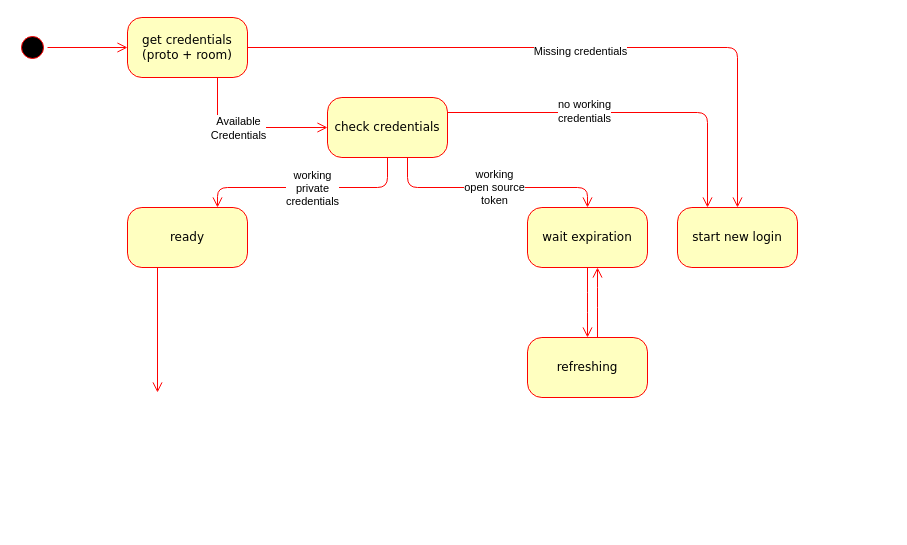
The draw.io diagram extra_assets/fsm_authentication.drawio in LivingWithHippos/unchained-android, before the edit. Source tidied: cells renumbered, new cells numbered last; positions are measured from the earlier drawing's top-left corner, leaving out a move shared by most shapes. Both pictures are drawn from the tidied source at 100%, with x=0, y=0 at pixel (17, 17).
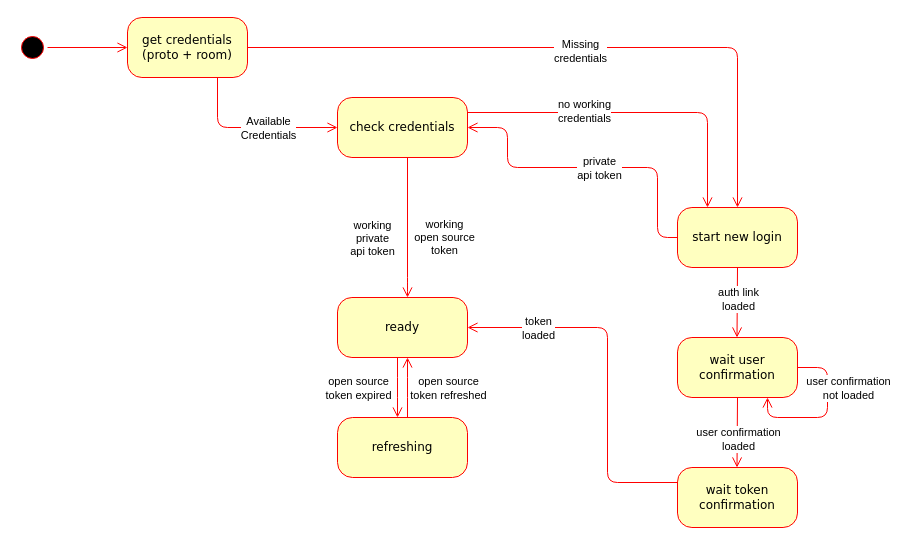
The same diagram, later.

Unchanged cells that the change refers to:
```xml
<mxCell id="7" style="edgeStyle=orthogonalEdgeStyle;html=1;exitX=1;exitY=0.5;labelBackgroundColor=none;endArrow=open;endSize=8;strokeColor=#ff0000;fontFamily=Verdana;fontSize=12;align=left;exitDx=0;exitDy=0;entryX=0.5;entryY=0;entryDx=0;entryDy=0;" parent="1" edge="1" source="4" target="9">
  <mxGeometry relative="1" as="geometry">
    <Array as="points">
      <mxPoint x="720" y="30" />
    </Array>
  </mxGeometry>
</mxCell>
<mxCell id="9" value="start new login" style="rounded=1;whiteSpace=wrap;html=1;arcSize=24;fillColor=#ffffc0;strokeColor=#ff0000;shadow=0;comic=0;labelBackgroundColor=none;fontFamily=Verdana;fontSize=12;fontColor=#000000;align=center;" parent="1" vertex="1">
  <mxGeometry x="660" y="190" width="120" height="60" as="geometry" />
</mxCell>
```

The edit, as a diff of the source:
```diff
@@
     <mxCell id="3" value="ready" style="rounded=1;whiteSpace=wrap;html=1;arcSize=24;fillColor=#ffffc0;strokeColor=#ff0000;shadow=0;comic=0;labelBackgroundColor=none;fontFamily=Verdana;fontSize=12;fontColor=#000000;align=center;" parent="1" vertex="1">
-      <mxGeometry x="110" y="190" width="120" height="60" as="geometry" />
+      <mxGeometry x="320" y="280" width="130" height="60" as="geometry" />
     </mxCell>
@@
     <mxCell id="6" value="check credentials" style="rounded=1;whiteSpace=wrap;html=1;arcSize=24;fillColor=#ffffc0;strokeColor=#ff0000;shadow=0;comic=0;labelBackgroundColor=none;fontFamily=Verdana;fontSize=12;fontColor=#000000;align=center;" parent="1" vertex="1">
-      <mxGeometry x="310" y="80" width="120" height="60" as="geometry" />
+      <mxGeometry x="320" y="80" width="130" height="60" as="geometry" />
     </mxCell>
@@
-    <mxCell id="8" value="Missing credentials" style="edgeLabel;html=1;align=center;verticalAlign=middle;" parent="7" vertex="1">
+    <mxCell id="8" value="Missing&lt;br&gt; credentials" style="edgeLabel;html=1;align=center;verticalAlign=middle;" parent="7" vertex="1">
       <mxGeometry x="0.02" y="-3" relative="1" as="geometry" />
     </mxCell>
@@
-    <mxCell id="12" style="edgeStyle=orthogonalEdgeStyle;html=1;entryX=0.75;entryY=0;labelBackgroundColor=none;endArrow=open;endSize=8;strokeColor=#ff0000;fontFamily=Verdana;fontSize=12;align=left;exitX=0.5;exitY=1;" parent="1" edge="1" source="6" target="3">
-      <mxGeometry relative="1" as="geometry">
-        <Array as="points">
-          <mxPoint x="370" y="170" />
-          <mxPoint x="200" y="170" />
-        </Array>
-      </mxGeometry>
-    </mxCell>
-    <mxCell id="13" style="edgeStyle=elbowEdgeStyle;html=1;labelBackgroundColor=none;endArrow=open;endSize=8;strokeColor=#ff0000;fontFamily=Verdana;fontSize=12;align=left;exitX=0.25;exitY=1;" parent="1" edge="1" source="3">
-      <mxGeometry relative="1" as="geometry">
-        <mxPoint x="140" y="375" as="targetPoint" />
-      </mxGeometry>
-    </mxCell>
     <mxCell id="14" value="Available&lt;br&gt;Credentials" style="edgeLabel;html=1;align=center;verticalAlign=middle;" parent="1" vertex="1">
-      <mxGeometry x="220" y="110" as="geometry" />
+      <mxGeometry x="250" y="110" as="geometry" />
     </mxCell>
@@
-    <mxCell id="16" value="working&lt;br&gt;private&lt;br&gt;credentials" style="edgeLabel;html=1;align=center;verticalAlign=middle;" parent="1" vertex="1">
-      <mxGeometry x="310" y="170" as="geometry">
+    <mxCell id="16" value="working&lt;br&gt;private&lt;br&gt;api token" style="edgeLabel;html=1;align=center;verticalAlign=middle;" parent="1" vertex="1">
+      <mxGeometry x="370" y="220" as="geometry">
         <mxPoint x="-16" as="offset" />
       </mxGeometry>
     </mxCell>
-    <mxCell id="17" value="wait expiration" style="rounded=1;whiteSpace=wrap;html=1;arcSize=24;fillColor=#ffffc0;strokeColor=#ff0000;shadow=0;comic=0;labelBackgroundColor=none;fontFamily=Verdana;fontSize=12;fontColor=#000000;align=center;" parent="1" vertex="1">
-      <mxGeometry x="510" y="190" width="120" height="60" as="geometry" />
-    </mxCell>
-    <mxCell id="18" value="refreshing" style="rounded=1;whiteSpace=wrap;html=1;arcSize=24;fillColor=#ffffc0;strokeColor=#ff0000;shadow=0;comic=0;labelBackgroundColor=none;fontFamily=Verdana;fontSize=12;fontColor=#000000;align=center;" parent="1" vertex="1">
-      <mxGeometry x="510" y="320" width="120" height="60" as="geometry" />
+    <mxCell id="18" value="refreshing" style="rounded=1;whiteSpace=wrap;html=1;arcSize=25;fillColor=#ffffc0;strokeColor=#ff0000;shadow=0;comic=0;labelBackgroundColor=none;fontFamily=Verdana;fontSize=12;fontColor=#000000;align=center;" parent="1" vertex="1">
+      <mxGeometry x="320" y="400" width="130" height="60" as="geometry" />
     </mxCell>
-    <mxCell id="19" style="edgeStyle=elbowEdgeStyle;html=1;labelBackgroundColor=none;endArrow=open;endSize=8;strokeColor=#ff0000;fontFamily=Verdana;fontSize=12;align=left;exitX=0.5;exitY=1;exitDx=0;exitDy=0;entryX=0.5;entryY=0;entryDx=0;entryDy=0;" parent="1" edge="1" source="17" target="18">
-      <mxGeometry relative="1" as="geometry" />
+    <mxCell id="19" style="edgeStyle=elbowEdgeStyle;html=1;labelBackgroundColor=none;endArrow=open;endSize=8;strokeColor=#ff0000;fontFamily=Verdana;fontSize=12;align=left;exitX=0.5;exitY=1;exitDx=0;exitDy=0;" parent="1" edge="1">
+      <mxGeometry relative="1" as="geometry">
+        <mxPoint x="380" y="340" as="sourcePoint" />
+        <mxPoint x="380" y="400" as="targetPoint" />
+        <Array as="points">
+          <mxPoint x="380" y="370" />
+        </Array>
+      </mxGeometry>
     </mxCell>
+    <mxCell id="23" value="&lt;div&gt;open source&lt;/div&gt;&lt;div&gt;token expired&lt;br&gt;&lt;/div&gt;" style="edgeLabel;html=1;align=center;verticalAlign=middle;" parent="19" vertex="1">
+      <mxGeometry x="-0.37" y="-1" relative="1" as="geometry">
+        <mxPoint x="-39" y="11" as="offset" />
+      </mxGeometry>
+    </mxCell>
     <mxCell id="20" style="edgeStyle=elbowEdgeStyle;html=1;labelBackgroundColor=none;endArrow=open;endSize=8;strokeColor=#ff0000;fontFamily=Verdana;fontSize=12;align=left;" parent="1" edge="1">
       <mxGeometry relative="1" as="geometry">
-        <mxPoint x="580" y="320" as="sourcePoint" />
-        <mxPoint x="580" y="250" as="targetPoint" />
+        <mxPoint x="390" y="400" as="sourcePoint" />
+        <mxPoint x="390" y="340" as="targetPoint" />
         <Array as="points">
-          <mxPoint x="580" y="280" />
-          <mxPoint x="590" y="280" />
+          <mxPoint x="390" y="370" />
+          <mxPoint x="400" y="370" />
         </Array>
       </mxGeometry>
     </mxCell>
-    <mxCell id="21" style="edgeStyle=orthogonalEdgeStyle;html=1;entryX=0.5;entryY=0;labelBackgroundColor=none;endArrow=open;endSize=8;strokeColor=#ff0000;fontFamily=Verdana;fontSize=12;align=left;entryDx=0;entryDy=0;" parent="1" edge="1" target="17">
+    <mxCell id="21" style="edgeStyle=orthogonalEdgeStyle;html=1;labelBackgroundColor=none;endArrow=open;endSize=8;strokeColor=#ff0000;fontFamily=Verdana;fontSize=12;align=left;entryX=0.5;entryY=0;entryDx=0;entryDy=0;" parent="1" edge="1">
       <mxGeometry relative="1" as="geometry">
         <mxPoint x="390" y="140" as="sourcePoint" />
+        <mxPoint x="390" y="280" as="targetPoint" />
         <Array as="points">
-          <mxPoint x="390" y="170" />
-          <mxPoint x="570" y="170" />
+          <mxPoint x="390" y="270" />
+          <mxPoint x="390" y="270" />
         </Array>
       </mxGeometry>
     </mxCell>
     <mxCell id="22" value="working &lt;br&gt;&lt;div&gt;open source&lt;/div&gt;&lt;div&gt;token&lt;br&gt;&lt;/div&gt;" style="edgeLabel;html=1;align=center;verticalAlign=middle;" parent="1" vertex="1">
-      <mxGeometry x="480" y="220" as="geometry">
+      <mxGeometry x="430" y="270" as="geometry">
         <mxPoint x="-4" y="-51" as="offset" />
       </mxGeometry>
     </mxCell>
+    <mxCell id="24" style="edgeStyle=orthogonalEdgeStyle;html=1;exitX=0;exitY=0.5;entryX=1;entryY=0.5;labelBackgroundColor=none;endArrow=open;endSize=8;strokeColor=#ff0000;fontFamily=Verdana;fontSize=12;align=left;exitDx=0;exitDy=0;entryDx=0;entryDy=0;" parent="1" edge="1" source="9" target="6">
+      <mxGeometry relative="1" as="geometry">
+        <Array as="points">
+          <mxPoint x="640" y="220" />
+          <mxPoint x="640" y="150" />
+          <mxPoint x="490" y="150" />
+          <mxPoint x="490" y="110" />
+        </Array>
+      </mxGeometry>
+    </mxCell>
+    <mxCell id="25" value="private&lt;br&gt;api token" style="edgeLabel;html=1;align=center;verticalAlign=middle;" parent="24" vertex="1">
+      <mxGeometry x="0.07" y="1" relative="1" as="geometry">
+        <mxPoint x="22" y="-1" as="offset" />
+      </mxGeometry>
+    </mxCell>
+    <mxCell id="26" value="wait user confirmation" style="rounded=1;whiteSpace=wrap;html=1;arcSize=24;fillColor=#ffffc0;strokeColor=#ff0000;shadow=0;comic=0;labelBackgroundColor=none;fontFamily=Verdana;fontSize=12;fontColor=#000000;align=center;" parent="1" vertex="1">
+      <mxGeometry x="660" y="320" width="120" height="60" as="geometry" />
+    </mxCell>
+    <mxCell id="27" value="&lt;div&gt;wait token&lt;/div&gt;&lt;div&gt;confirmation&lt;br&gt;&lt;/div&gt;" style="rounded=1;whiteSpace=wrap;html=1;arcSize=24;fillColor=#ffffc0;strokeColor=#ff0000;shadow=0;comic=0;labelBackgroundColor=none;fontFamily=Verdana;fontSize=12;fontColor=#000000;align=center;" parent="1" vertex="1">
+      <mxGeometry x="660" y="450" width="120" height="60" as="geometry" />
+    </mxCell>
+    <mxCell id="28" style="edgeStyle=elbowEdgeStyle;html=1;labelBackgroundColor=none;endArrow=open;endSize=8;strokeColor=#ff0000;fontFamily=Verdana;fontSize=12;align=left;exitX=0.5;exitY=1;exitDx=0;exitDy=0;entryX=0.5;entryY=0;entryDx=0;entryDy=0;" parent="1" edge="1" source="9" target="26">
+      <mxGeometry relative="1" as="geometry">
+        <Array as="points">
+          <mxPoint x="719.5" y="295" />
+        </Array>
+      </mxGeometry>
+    </mxCell>
+    <mxCell id="29" value="&lt;div&gt;auth link&lt;/div&gt;&lt;div&gt;loaded&lt;/div&gt;" style="edgeLabel;html=1;align=center;verticalAlign=middle;" parent="28" vertex="1">
+      <mxGeometry x="-0.39" y="3" relative="1" as="geometry">
+        <mxPoint x="-2" y="10" as="offset" />
+      </mxGeometry>
+    </mxCell>
+    <mxCell id="30" style="edgeStyle=orthogonalEdgeStyle;html=1;entryX=0.75;entryY=1;labelBackgroundColor=none;endArrow=open;endSize=8;strokeColor=#ff0000;fontFamily=Verdana;fontSize=12;align=left;exitX=1;exitY=0.5;exitDx=0;exitDy=0;entryDx=0;entryDy=0;" parent="1" edge="1" source="26" target="26">
+      <mxGeometry relative="1" as="geometry">
+        <Array as="points">
+          <mxPoint x="810" y="350" />
+          <mxPoint x="810" y="400" />
+          <mxPoint x="750" y="400" />
+        </Array>
+      </mxGeometry>
+    </mxCell>
+    <mxCell id="31" style="edgeStyle=elbowEdgeStyle;html=1;labelBackgroundColor=none;endArrow=open;endSize=8;strokeColor=#ff0000;fontFamily=Verdana;fontSize=12;align=left;exitX=0.5;exitY=1;exitDx=0;exitDy=0;" parent="1" edge="1">
+      <mxGeometry relative="1" as="geometry">
+        <mxPoint x="720" y="380" as="sourcePoint" />
+        <mxPoint x="720" y="450" as="targetPoint" />
+        <Array as="points">
+          <mxPoint x="719.5" y="425" />
+        </Array>
+      </mxGeometry>
+    </mxCell>
+    <mxCell id="32" value="&lt;div&gt;user confirmation&lt;/div&gt;&lt;div&gt;loaded&lt;br&gt;&lt;/div&gt;" style="edgeLabel;html=1;align=center;verticalAlign=middle;" parent="31" vertex="1">
+      <mxGeometry x="-0.39" y="3" relative="1" as="geometry">
+        <mxPoint x="-2" y="20" as="offset" />
+      </mxGeometry>
+    </mxCell>
+    <mxCell id="33" style="edgeStyle=orthogonalEdgeStyle;html=1;entryX=1;entryY=0.5;labelBackgroundColor=none;endArrow=open;endSize=8;strokeColor=#ff0000;fontFamily=Verdana;fontSize=12;align=left;exitX=0;exitY=0.25;exitDx=0;exitDy=0;entryDx=0;entryDy=0;" parent="1" edge="1" source="27">
+      <mxGeometry relative="1" as="geometry">
+        <mxPoint x="450" y="310" as="targetPoint" />
+        <Array as="points">
+          <mxPoint x="590" y="465" />
+          <mxPoint x="590" y="310" />
+        </Array>
+      </mxGeometry>
+    </mxCell>
+    <mxCell id="34" value="&lt;div&gt;token&lt;/div&gt;&lt;div&gt;loaded&lt;br&gt;&lt;/div&gt;" style="edgeLabel;html=1;align=center;verticalAlign=middle;" parent="33" vertex="1">
+      <mxGeometry x="0.04" y="-3" relative="1" as="geometry">
+        <mxPoint x="-73" y="-35" as="offset" />
+      </mxGeometry>
+    </mxCell>
+    <mxCell id="35" value="&lt;div&gt;open source&lt;/div&gt;&lt;div&gt;token refreshed&lt;br&gt;&lt;/div&gt;" style="edgeLabel;html=1;align=center;verticalAlign=middle;" parent="1" vertex="1">
+      <mxGeometry x="430" y="370" as="geometry" />
+    </mxCell>
+    <mxCell id="36" value="&lt;div&gt;user confirmation&lt;/div&gt;&lt;div&gt;not loaded&lt;br&gt;&lt;/div&gt;" style="edgeLabel;html=1;align=center;verticalAlign=middle;" parent="1" vertex="1">
+      <mxGeometry x="830" y="370" as="geometry" />
+    </mxCell>
```
